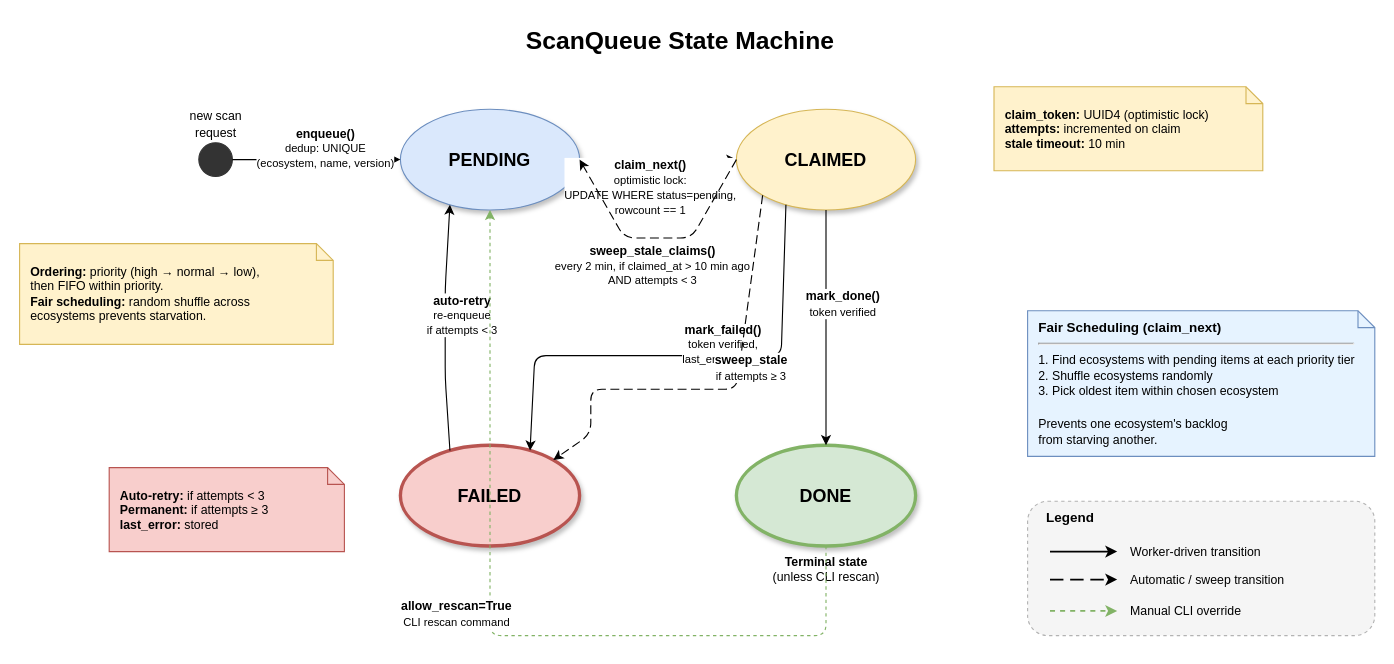
This is docs/diagrams/queue-state-machine.drawio from boredchilada/pkgward-oss, a draw.io file, before an edit. Source tidied: cells renumbered, new cells numbered last; positions are measured from the earlier drawing's top-left corner, leaving out a move shared by most shapes. Both pictures are drawn from the tidied source at 112%, with x=0, y=0 at pixel (19, 19).
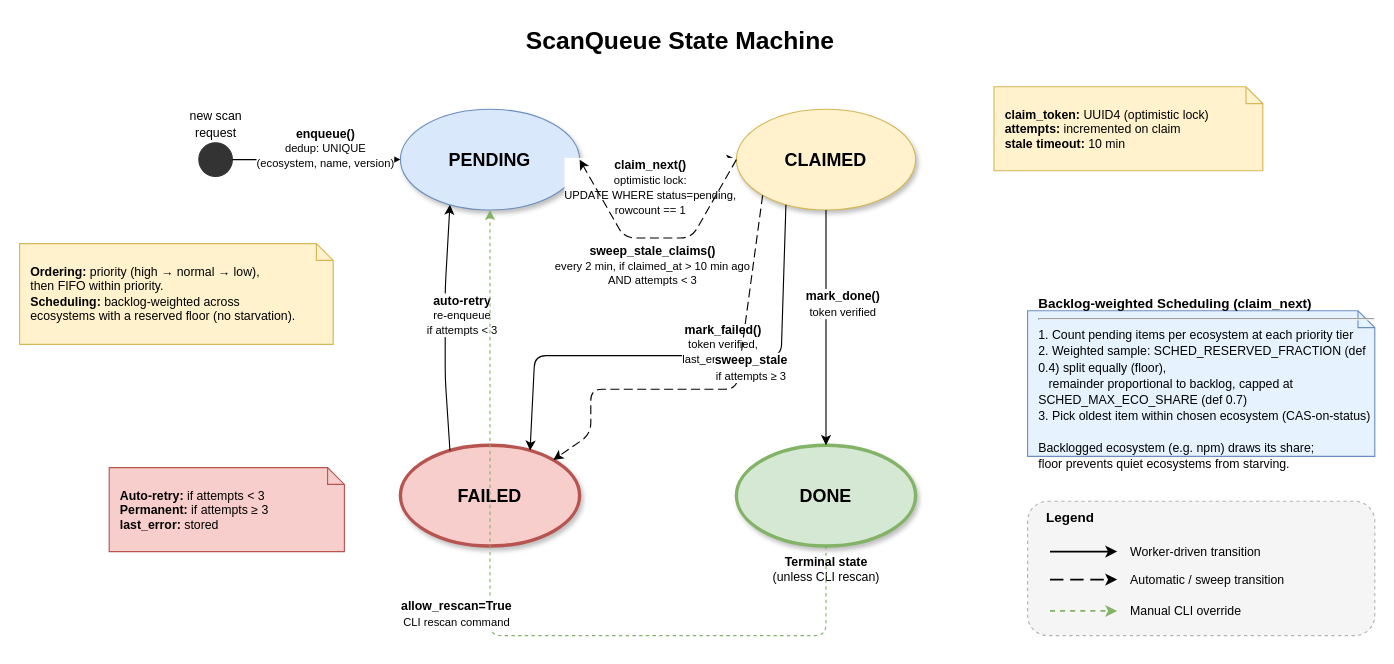
Above is the later version.

The edit, as a diff of the source:
```diff
@@
-    <mxCell id="6" value="&lt;font style=&quot;font-size:11px&quot;&gt;&lt;b&gt;Ordering:&lt;/b&gt; priority (high &amp;rarr; normal &amp;rarr; low),&lt;br&gt;then FIFO within priority.&lt;br&gt;&lt;b&gt;Fair scheduling:&lt;/b&gt; random shuffle across&lt;br&gt;ecosystems prevents starvation.&lt;/font&gt;" style="shape=note;whiteSpace=wrap;html=1;backgroundOutline=1;size=15;fillColor=#fff2cc;strokeColor=#d6b656;fontSize=11;align=left;spacingLeft=8;" parent="1" vertex="1">
+    <mxCell id="6" value="&lt;font style=&quot;font-size:11px&quot;&gt;&lt;b&gt;Ordering:&lt;/b&gt; priority (high &amp;rarr; normal &amp;rarr; low),&lt;br&gt;then FIFO within priority.&lt;br&gt;&lt;b&gt;Scheduling:&lt;/b&gt; backlog-weighted across&lt;br&gt;ecosystems with a reserved floor (no starvation).&lt;/font&gt;" style="shape=note;whiteSpace=wrap;html=1;backgroundOutline=1;size=15;fillColor=#fff2cc;strokeColor=#d6b656;fontSize=11;align=left;spacingLeft=8;" parent="1" vertex="1">
       <mxGeometry y="200" width="280" height="90" as="geometry" />
     </mxCell>
@@
-    <mxCell id="21" value="&lt;b&gt;Fair Scheduling (claim_next)&lt;/b&gt;&lt;hr&gt;&lt;font style=&quot;font-size:11px&quot;&gt;1. Find ecosystems with pending items at each priority tier&lt;br&gt;2. Shuffle ecosystems randomly&lt;br&gt;3. Pick oldest item within chosen ecosystem&lt;br&gt;&lt;br&gt;Prevents one ecosystem's backlog&lt;br&gt;from starving another.&lt;/font&gt;" style="shape=note;whiteSpace=wrap;html=1;backgroundOutline=1;size=15;fillColor=#E6F3FF;strokeColor=#6c8ebf;fontSize=12;align=left;spacingLeft=8;" parent="1" vertex="1">
+    <mxCell id="21" value="&lt;b&gt;Backlog-weighted Scheduling (claim_next)&lt;/b&gt;&lt;hr&gt;&lt;font style=&quot;font-size:11px&quot;&gt;1. Count pending items per ecosystem at each priority tier&lt;br&gt;2. Weighted sample: SCHED_RESERVED_FRACTION (def 0.4) split equally (floor),&lt;br&gt;&amp;nbsp;&amp;nbsp;&amp;nbsp;remainder proportional to backlog, capped at SCHED_MAX_ECO_SHARE (def 0.7)&lt;br&gt;3. Pick oldest item within chosen ecosystem (CAS-on-status)&lt;br&gt;&lt;br&gt;Backlogged ecosystem (e.g. npm) draws its share;&lt;br&gt;floor prevents quiet ecosystems from starving.&lt;/font&gt;" style="shape=note;whiteSpace=wrap;html=1;backgroundOutline=1;size=15;fillColor=#E6F3FF;strokeColor=#6c8ebf;fontSize=12;align=left;spacingLeft=8;" parent="1" vertex="1">
       <mxGeometry x="900" y="260" width="310" height="130" as="geometry" />
     </mxCell>
```
